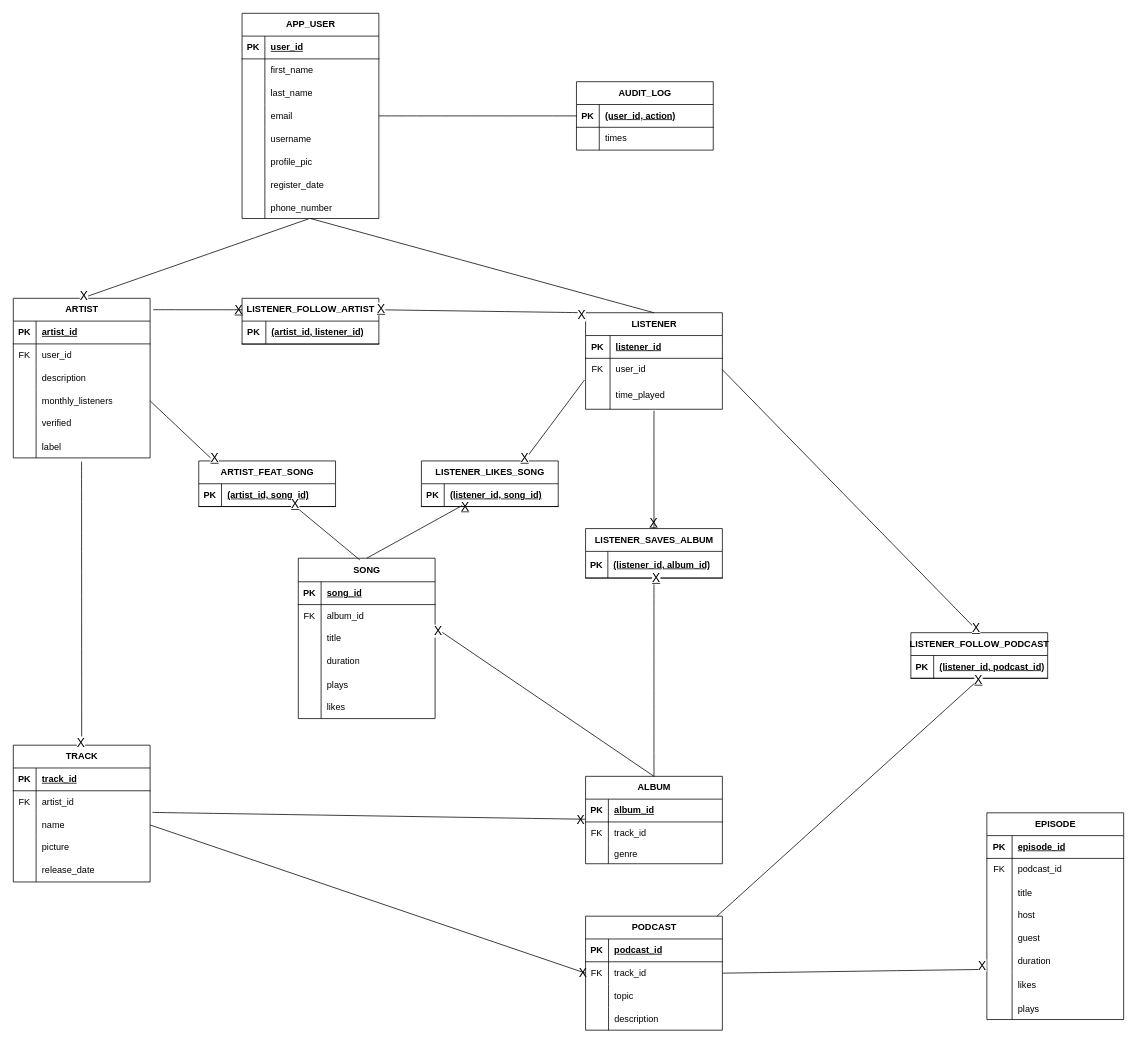
The draw.io diagram page "Conceptual Diagram" (2 of 2) of Music-App.drawio in Matoka26/Music-App, before the edit. Source tidied: cells renumbered, new cells numbered last; positions are measured from the earlier drawing's top-left corner, leaving out a move shared by most shapes. Both pictures are drawn from the tidied source at 76%, with x=0, y=0 at pixel (13, 13).
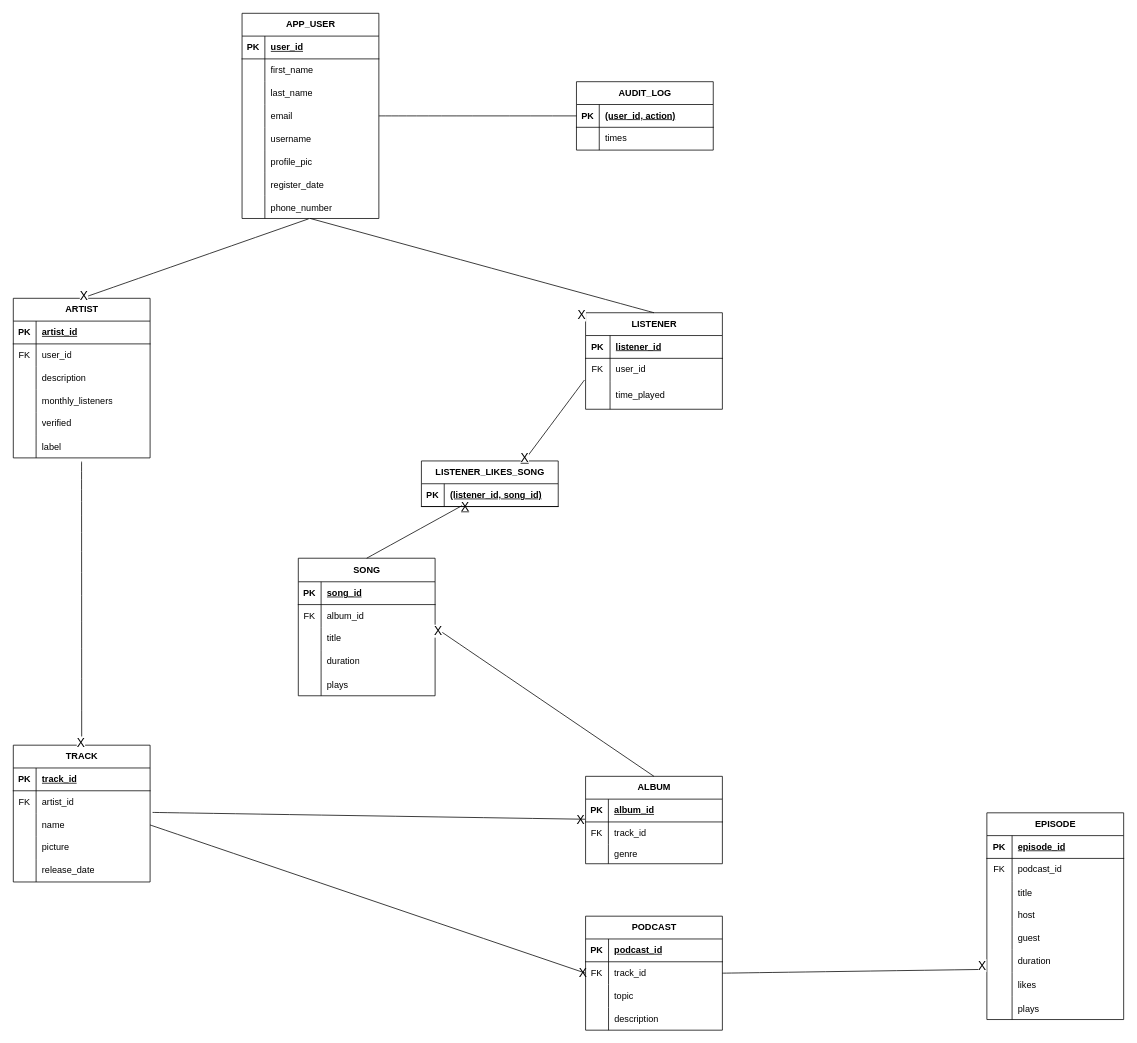
The same page after the edit.

Unchanged cells that the change refers to:
```xml
<mxCell id="54" style="shape=tableRow;horizontal=0;startSize=0;swimlaneHead=0;swimlaneBody=0;fillColor=none;points=[[0,0.5],[1,0.5]];portConstraint=eastwest;top=0;left=0;right=0;bottom=0;" parent="44" vertex="1">
  <mxGeometry y="120" width="180" height="30" as="geometry" />
</mxCell>
<mxCell id="63" value="LISTENER" style="shape=table;startSize=30;childLayout=tableLayout;rowLines=0;fontStyle=1;align=center;html=1;" parent="1" vertex="1">
  <mxGeometry x="753" y="394" width="180" height="127" as="geometry" />
</mxCell>
<mxCell id="67" style="shape=tableRow;horizontal=0;startSize=0;swimlaneHead=0;swimlaneBody=0;fillColor=none;points=[[0,0.5],[1,0.5]];portConstraint=eastwest;top=0;left=0;right=0;bottom=0;" parent="63" vertex="1">
  <mxGeometry y="60" width="180" height="30" as="geometry" />
</mxCell>
<mxCell id="86" value="ALBUM" style="shape=table;startSize=30;childLayout=tableLayout;rowLines=0;fontStyle=1;align=center;html=1;" parent="1" vertex="1">
  <mxGeometry x="753" y="1004" width="180" height="115" as="geometry" />
</mxCell>
<mxCell id="102" value="PODCAST" style="shape=table;startSize=30;childLayout=tableLayout;rowLines=0;fontStyle=1;align=center;html=1;" parent="1" vertex="1">
  <mxGeometry x="753" y="1188" width="180" height="150" as="geometry" />
</mxCell>
```

The edit, as a diff of the source:
```diff
@@
-    <mxCell id="75" value="LISTENER_FOLLOW_ARTIST" style="shape=table;startSize=30;childLayout=tableLayout;rowLines=0;fontStyle=1;align=center;html=1;" parent="1" vertex="1">
-      <mxGeometry x="301" y="375" width="180" height="60.4" as="geometry" />
-    </mxCell>
-    <mxCell id="76" style="shape=tableRow;horizontal=0;startSize=0;swimlaneHead=0;swimlaneBody=0;fillColor=none;top=0;left=0;right=0;bottom=1;" parent="75" vertex="1">
-      <mxGeometry y="30" width="180" height="30" as="geometry" />
-    </mxCell>
-    <mxCell id="77" value="PK" style="shape=partialRectangle;fillColor=none;top=0;left=0;bottom=0;right=0;fontStyle=1;overflow=hidden;whiteSpace=wrap;html=1;" parent="76" vertex="1">
-      <mxGeometry width="31.3" height="30" as="geometry" />
-    </mxCell>
-    <mxCell id="78" value="(artist_id, listener_id)" style="shape=partialRectangle;fillColor=none;top=0;left=0;bottom=0;right=0;align=left;spacingLeft=6;fontStyle=5;overflow=hidden;whiteSpace=wrap;html=1;" parent="76" vertex="1">
-      <mxGeometry x="31.3" width="148.7" height="30" as="geometry" />
-    </mxCell>
-    <mxCell id="79" style="endArrow=none;html=1;rounded=0;fontSize=12;startSize=8;endSize=8;curved=1;entryX=0;entryY=0.25;entryDx=0;entryDy=0;" parent="1" edge="1" target="75">
-      <mxGeometry relative="1" as="geometry">
-        <mxPoint x="184" y="390" as="sourcePoint" />
-      </mxGeometry>
-    </mxCell>
-    <mxCell id="80" style="endArrow=none;html=1;rounded=0;fontSize=12;startSize=8;endSize=8;curved=1;entryX=1;entryY=0.25;entryDx=0;entryDy=0;exitX=0;exitY=0;exitDx=0;exitDy=0;" parent="1" edge="1" source="63" target="75">
-      <mxGeometry relative="1" as="geometry" />
-    </mxCell>
-    <mxCell id="81" value="&lt;u&gt;X&lt;/u&gt;" style="text;html=1;align=center;verticalAlign=middle;whiteSpace=wrap;rounded=0;fontSize=16;" parent="1" vertex="1">
-      <mxGeometry x="267" y="375" width="60" height="30" as="geometry" />
-    </mxCell>
-    <mxCell id="82" value="&lt;u style=&quot;color: rgb(0, 0, 0); font-family: Helvetica; font-size: 16px; font-style: normal; font-variant-ligatures: normal; font-variant-caps: normal; font-weight: 400; letter-spacing: normal; orphans: 2; text-align: center; text-indent: 0px; text-transform: none; widows: 2; word-spacing: 0px; -webkit-text-stroke-width: 0px; white-space: normal; background-color: rgb(255, 255, 255);&quot;&gt;X&lt;/u&gt;" style="text;whiteSpace=wrap;html=1;" parent="1" vertex="1">
-      <mxGeometry x="477" y="373" width="39" height="49" as="geometry" />
-    </mxCell>
@@
     <mxCell id="117" value="SONG" style="shape=table;startSize=31;childLayout=tableLayout;rowLines=0;fontStyle=1;align=center;html=1;" parent="1" vertex="1">
-      <mxGeometry x="375" y="717" width="180" height="211" as="geometry" />
+      <mxGeometry x="375" y="717" width="180" height="181" as="geometry" />
     </mxCell>
@@
-    <mxCell id="133" style="shape=tableRow;horizontal=0;startSize=0;swimlaneHead=0;swimlaneBody=0;fillColor=none;top=0;left=0;right=0;bottom=0;" parent="117" vertex="1">
-      <mxGeometry y="181" width="180" height="30" as="geometry" />
-    </mxCell>
-    <mxCell id="134" style="shape=partialRectangle;fillColor=none;top=0;left=0;bottom=0;right=0;overflow=hidden;whiteSpace=wrap;html=1;" parent="133" vertex="1">
-      <mxGeometry width="30" height="30" as="geometry" />
-    </mxCell>
-    <mxCell id="135" value="likes" style="shape=partialRectangle;fillColor=none;top=0;left=0;bottom=0;right=0;align=left;spacingLeft=6;overflow=hidden;whiteSpace=wrap;html=1;" parent="133" vertex="1">
-      <mxGeometry x="30" width="150" height="30" as="geometry" />
-    </mxCell>
@@
-    <mxCell id="137" value="LISTENER_SAVES_ALBUM" style="shape=table;startSize=30;childLayout=tableLayout;rowLines=0;fontStyle=1;align=center;html=1;" parent="1" vertex="1">
-      <mxGeometry x="753" y="678" width="180" height="65.2" as="geometry" />
-    </mxCell>
-    <mxCell id="138" style="shape=tableRow;horizontal=0;startSize=0;swimlaneHead=0;swimlaneBody=0;fillColor=none;points=[[0,0.5],[1,0.5]];portConstraint=eastwest;top=0;left=0;right=0;bottom=1;" parent="137" vertex="1">
-      <mxGeometry y="30" width="180" height="35" as="geometry" />
-    </mxCell>
-    <mxCell id="139" value="PK" style="shape=partialRectangle;fillColor=none;top=0;left=0;bottom=0;right=0;fontStyle=1;overflow=hidden;whiteSpace=wrap;html=1;" parent="138" vertex="1">
-      <mxGeometry width="29.3" height="35" as="geometry" />
-    </mxCell>
-    <mxCell id="140" value="(listener_id, album_id)" style="shape=partialRectangle;fillColor=none;top=0;left=0;bottom=0;right=0;align=left;spacingLeft=6;fontStyle=5;overflow=hidden;whiteSpace=wrap;html=1;" parent="138" vertex="1">
-      <mxGeometry x="29.3" width="150.7" height="35" as="geometry" />
-    </mxCell>
-    <mxCell id="141" style="endArrow=none;html=1;rounded=0;fontSize=12;startSize=8;endSize=8;curved=1;" parent="1" edge="1" target="137">
-      <mxGeometry relative="1" as="geometry">
-        <mxPoint x="843" y="523" as="sourcePoint" />
-      </mxGeometry>
-    </mxCell>
-    <mxCell id="142" style="endArrow=none;html=1;rounded=0;fontSize=12;startSize=8;endSize=8;curved=1;exitX=0.5;exitY=1.074;exitDx=0;exitDy=0;exitPerimeter=0;entryX=0.5;entryY=0;entryDx=0;entryDy=0;" parent="1" edge="1" source="138" target="86">
-      <mxGeometry relative="1" as="geometry" />
-    </mxCell>
-    <mxCell id="143" value="&lt;u&gt;X&lt;/u&gt;" style="text;html=1;align=center;verticalAlign=middle;whiteSpace=wrap;rounded=0;fontSize=16;" parent="1" vertex="1">
-      <mxGeometry x="813" y="655" width="60" height="30" as="geometry" />
-    </mxCell>
-    <mxCell id="144" value="&lt;u style=&quot;color: rgb(0, 0, 0); font-family: Helvetica; font-size: 16px; font-style: normal; font-variant-ligatures: normal; font-variant-caps: normal; font-weight: 400; letter-spacing: normal; orphans: 2; text-align: center; text-indent: 0px; text-transform: none; widows: 2; word-spacing: 0px; -webkit-text-stroke-width: 0px; white-space: normal; background-color: rgb(255, 255, 255);&quot;&gt;X&lt;/u&gt;" style="text;whiteSpace=wrap;html=1;" parent="1" vertex="1">
-      <mxGeometry x="839" y="727" width="39" height="41" as="geometry" />
-    </mxCell>
@@
-    <mxCell id="146" value="ARTIST_FEAT_SONG" style="shape=table;startSize=30;childLayout=tableLayout;rowLines=0;fontStyle=1;align=center;html=1;" parent="1" vertex="1">
-      <mxGeometry x="244" y="589" width="180" height="60" as="geometry" />
-    </mxCell>
-    <mxCell id="147" style="shape=tableRow;horizontal=0;startSize=0;swimlaneHead=0;swimlaneBody=0;fillColor=none;points=[[0,0.5],[1,0.5]];portConstraint=eastwest;top=0;left=0;right=0;bottom=1;" parent="146" vertex="1">
-      <mxGeometry y="30" width="180" height="30" as="geometry" />
-    </mxCell>
-    <mxCell id="148" value="PK" style="shape=partialRectangle;fillColor=none;top=0;left=0;bottom=0;right=0;fontStyle=1;overflow=hidden;whiteSpace=wrap;html=1;" parent="147" vertex="1">
-      <mxGeometry width="30" height="30" as="geometry" />
-    </mxCell>
-    <mxCell id="149" value="(artist_id, song_id)" style="shape=partialRectangle;fillColor=none;top=0;left=0;bottom=0;right=0;align=left;spacingLeft=6;fontStyle=5;overflow=hidden;whiteSpace=wrap;html=1;" parent="147" vertex="1">
-      <mxGeometry x="30" width="150" height="30" as="geometry" />
-    </mxCell>
-    <mxCell id="150" style="endArrow=none;html=1;rounded=0;fontSize=12;startSize=8;endSize=8;curved=1;exitX=1;exitY=0.5;exitDx=0;exitDy=0;entryX=0.123;entryY=0.038;entryDx=0;entryDy=0;entryPerimeter=0;" parent="1" edge="1" source="54" target="146">
-      <mxGeometry relative="1" as="geometry" />
-    </mxCell>
-    <mxCell id="151" style="endArrow=none;html=1;rounded=0;fontSize=12;startSize=8;endSize=8;curved=1;exitX=0.698;exitY=0.96;exitDx=0;exitDy=0;exitPerimeter=0;entryX=0.45;entryY=0.011;entryDx=0;entryDy=0;entryPerimeter=0;" parent="1" edge="1" source="147" target="117">
-      <mxGeometry relative="1" as="geometry" />
-    </mxCell>
@@
-    <mxCell id="160" value="&lt;u style=&quot;color: rgb(0, 0, 0); font-family: Helvetica; font-size: 16px; font-style: normal; font-variant-ligatures: normal; font-variant-caps: normal; font-weight: 400; letter-spacing: normal; orphans: 2; text-align: center; text-indent: 0px; text-transform: none; widows: 2; word-spacing: 0px; -webkit-text-stroke-width: 0px; white-space: normal; background-color: rgb(255, 255, 255);&quot;&gt;X&lt;/u&gt;" style="text;whiteSpace=wrap;html=1;" parent="1" vertex="1">
-      <mxGeometry x="364" y="630.2" width="39" height="37.5" as="geometry" />
-    </mxCell>
-    <mxCell id="161" value="&lt;u style=&quot;color: rgb(0, 0, 0); font-family: Helvetica; font-size: 16px; font-style: normal; font-variant-ligatures: normal; font-variant-caps: normal; font-weight: 400; letter-spacing: normal; orphans: 2; text-align: center; text-indent: 0px; text-transform: none; widows: 2; word-spacing: 0px; -webkit-text-stroke-width: 0px; white-space: normal; background-color: rgb(255, 255, 255);&quot;&gt;X&lt;/u&gt;" style="text;whiteSpace=wrap;html=1;" parent="1" vertex="1">
-      <mxGeometry x="258" y="569" width="39" height="41" as="geometry" />
-    </mxCell>
-    <mxCell id="162" value="LISTENER_FOLLOW_PODCAST" style="shape=table;startSize=30;childLayout=tableLayout;rowLines=0;fontStyle=1;align=center;html=1;" parent="1" vertex="1">
-      <mxGeometry x="1181" y="815" width="180" height="60" as="geometry" />
-    </mxCell>
-    <mxCell id="163" style="shape=tableRow;horizontal=0;startSize=0;swimlaneHead=0;swimlaneBody=0;fillColor=none;points=[[0,0.5],[1,0.5]];portConstraint=eastwest;top=0;left=0;right=0;bottom=1;" parent="162" vertex="1">
-      <mxGeometry y="30" width="180" height="30" as="geometry" />
-    </mxCell>
-    <mxCell id="164" value="PK" style="shape=partialRectangle;fillColor=none;top=0;left=0;bottom=0;right=0;fontStyle=1;overflow=hidden;whiteSpace=wrap;html=1;" parent="163" vertex="1">
-      <mxGeometry width="30" height="30" as="geometry" />
-    </mxCell>
-    <mxCell id="165" value="(listener_id, podcast_id)" style="shape=partialRectangle;fillColor=none;top=0;left=0;bottom=0;right=0;align=left;spacingLeft=6;fontStyle=5;overflow=hidden;whiteSpace=wrap;html=1;" parent="163" vertex="1">
-      <mxGeometry x="30" width="150" height="30" as="geometry" />
-    </mxCell>
-    <mxCell id="166" style="endArrow=none;html=1;rounded=0;fontSize=12;startSize=8;endSize=8;curved=1;entryX=0.482;entryY=1.128;entryDx=0;entryDy=0;entryPerimeter=0;" parent="1" edge="1" source="102" target="163">
-      <mxGeometry relative="1" as="geometry" />
-    </mxCell>
-    <mxCell id="167" style="endArrow=none;html=1;rounded=0;fontSize=12;startSize=8;endSize=8;curved=1;exitX=1;exitY=0.5;exitDx=0;exitDy=0;entryX=0.5;entryY=0;entryDx=0;entryDy=0;" parent="1" edge="1" source="67" target="162">
-      <mxGeometry relative="1" as="geometry" />
-    </mxCell>
-    <mxCell id="168" value="&lt;u style=&quot;color: rgb(0, 0, 0); font-family: Helvetica; font-size: 16px; font-style: normal; font-variant-ligatures: normal; font-variant-caps: normal; font-weight: 400; letter-spacing: normal; orphans: 2; text-align: center; text-indent: 0px; text-transform: none; widows: 2; word-spacing: 0px; -webkit-text-stroke-width: 0px; white-space: normal; background-color: rgb(255, 255, 255);&quot;&gt;X&lt;/u&gt;" style="text;whiteSpace=wrap;html=1;" parent="1" vertex="1">
-      <mxGeometry x="1260" y="793" width="39" height="41" as="geometry" />
-    </mxCell>
-    <mxCell id="169" value="&lt;u style=&quot;color: rgb(0, 0, 0); font-family: Helvetica; font-size: 16px; font-style: normal; font-variant-ligatures: normal; font-variant-caps: normal; font-weight: 400; letter-spacing: normal; orphans: 2; text-align: center; text-indent: 0px; text-transform: none; widows: 2; word-spacing: 0px; -webkit-text-stroke-width: 0px; white-space: normal; background-color: rgb(255, 255, 255);&quot;&gt;X&lt;/u&gt;" style="text;whiteSpace=wrap;html=1;" parent="1" vertex="1">
-      <mxGeometry x="1263" y="861" width="39" height="41" as="geometry" />
-    </mxCell>
```
